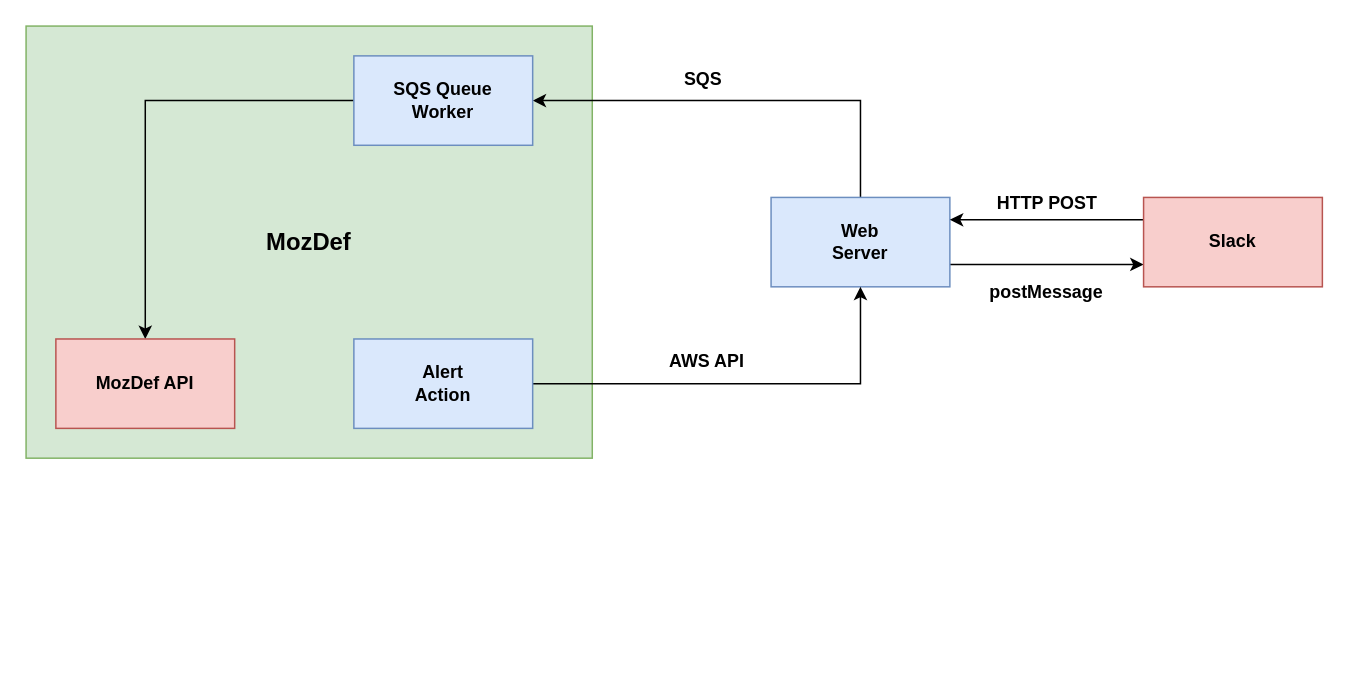
Earlier version of the draw.io diagram docs/diagrams/bot_architecture_v0_1.drawio (mozilla/MozDef-Triage-Bot). Source tidied: cells renumbered, new cells numbered last; positions are measured from the earlier drawing's top-left corner, leaving out a move shared by most shapes. Both pictures are drawn from the tidied source at 149%, with x=0, y=0 at pixel (25, 25).
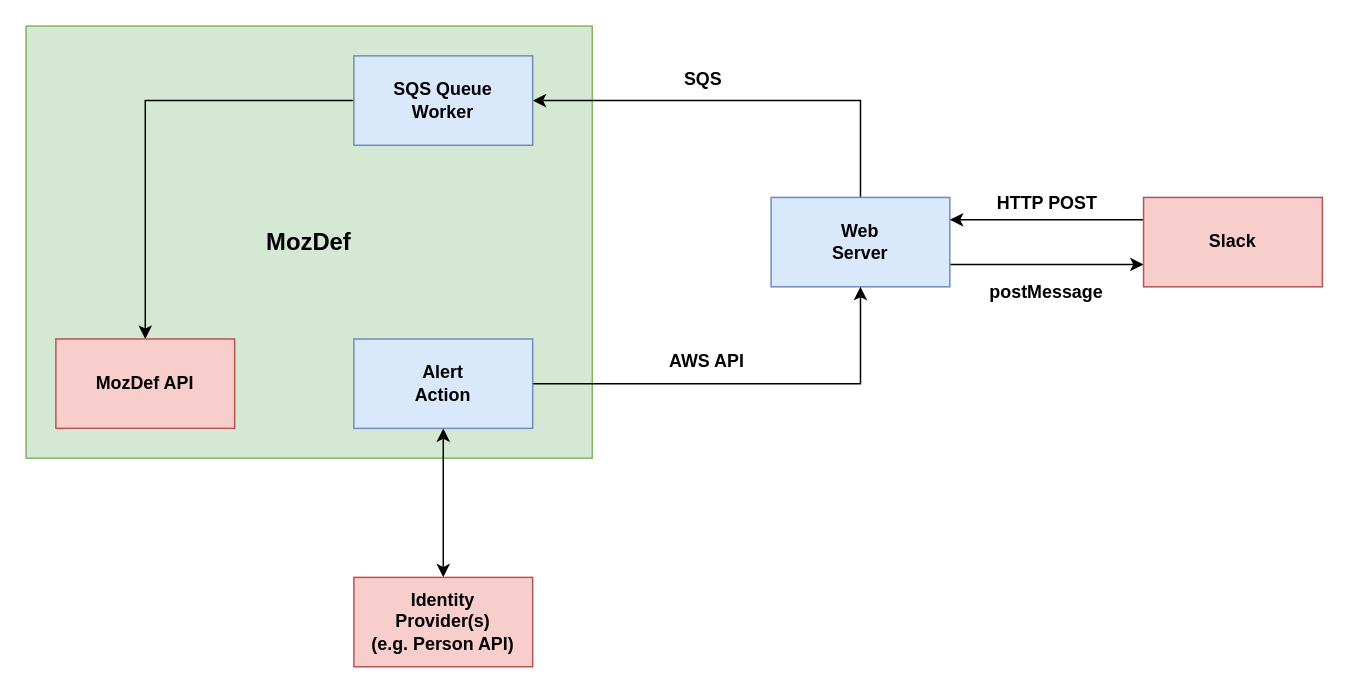
The same page after the edit.

Commit message (it also covers changes not shown here):
Add a reference to the identity providers (such as the Person API) to the architecture diagram

Unchanged cells that the change refers to:
```xml
<mxCell id="12" value="Alert&lt;br&gt;Action" style="rounded=0;whiteSpace=wrap;html=1;fillColor=#dae8fc;strokeColor=#6c8ebf;fontStyle=1;" parent="1" vertex="1">
  <mxGeometry x="220" y="210" width="120" height="60" as="geometry" />
</mxCell>
```

Diff of the diagram source:
```diff
@@
+    <mxCell id="18" style="edgeStyle=orthogonalEdgeStyle;rounded=0;jettySize=auto;html=1;exitX=0.5;exitY=1;exitDx=0;exitDy=0;entryX=0.5;entryY=0;entryDx=0;entryDy=0;startArrow=classic;startFill=1;" parent="1" edge="1" source="12" target="19">
+      <mxGeometry relative="1" as="geometry" />
+    </mxCell>
@@
+    <mxCell id="19" value="Identity&lt;br&gt;Provider(s)&lt;br&gt;(e.g. Person API)" style="rounded=0;whiteSpace=wrap;html=1;fillColor=#f8cecc;strokeColor=#b85450;fontStyle=1;" parent="1" vertex="1">
+      <mxGeometry x="220" y="370" width="120" height="60" as="geometry" />
+    </mxCell>
```
